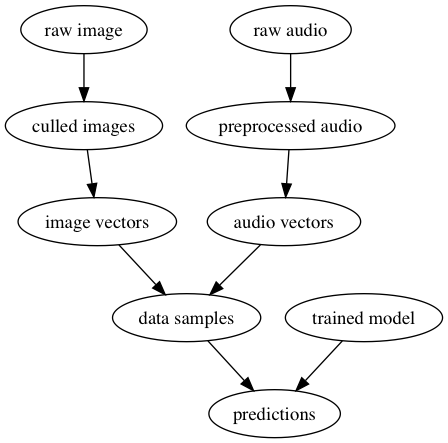
aagnone3/blog keeps this Graphviz diagram as make_docker/graph.png. Above is the earlier version. Its source is kept beside it as make_docker/graph.dot. Source of this version:
```dot
digraph G {
	"raw image" -> "culled images"
	"culled images" -> "image vectors"
	"raw audio" -> "preprocessed audio"
	"preprocessed audio" -> "audio vectors"
	"image vectors" -> "data samples"
	"audio vectors" -> "data samples"
	"trained model" -> predictions
	"data samples" -> predictions
}
```
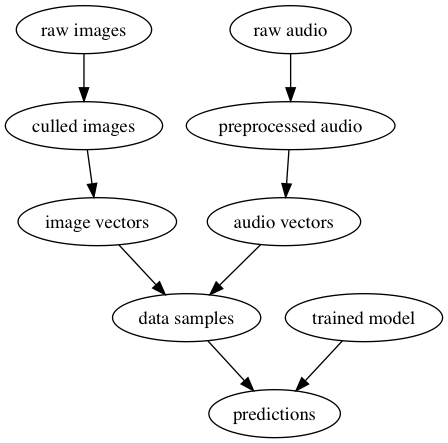
Above is the later version.

Change to the diagram source:
```diff
@@ -1,5 +1,5 @@
 digraph G {
-	"raw image" -> "culled images"
+	"raw images" -> "culled images"
 	"culled images" -> "image vectors"
 	"raw audio" -> "preprocessed audio"
 	"preprocessed audio" -> "audio vectors"
```
